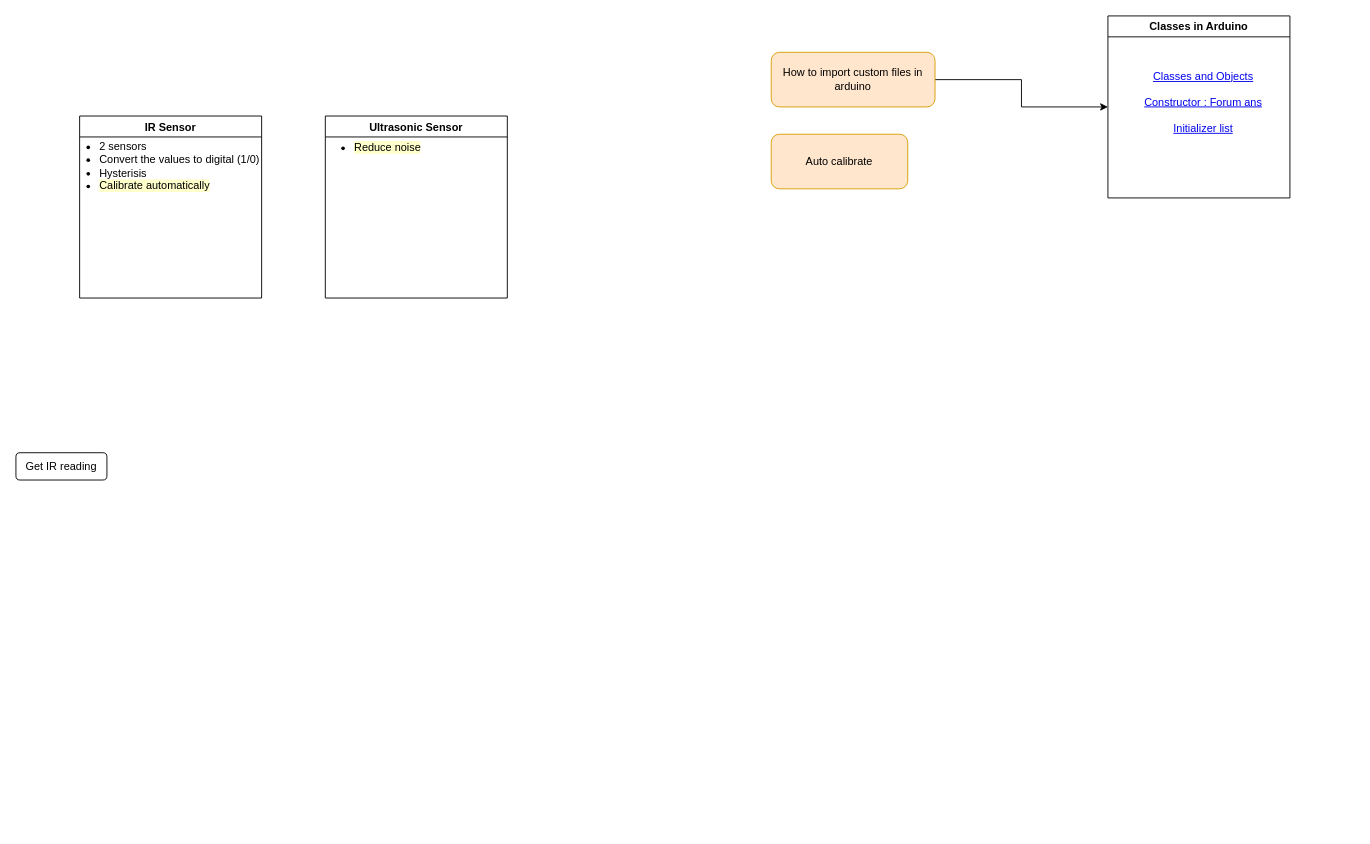
Before: Code/Code Flow.drawio in nivalf/Hubris_navigator_manipulator_robot, a draw.io diagram. Source tidied: cells renumbered, new cells numbered last; positions are measured from the earlier drawing's top-left corner, leaving out a move shared by most shapes. Both pictures are drawn from the tidied source at 91%, with x=0, y=0 at pixel (15, 15).
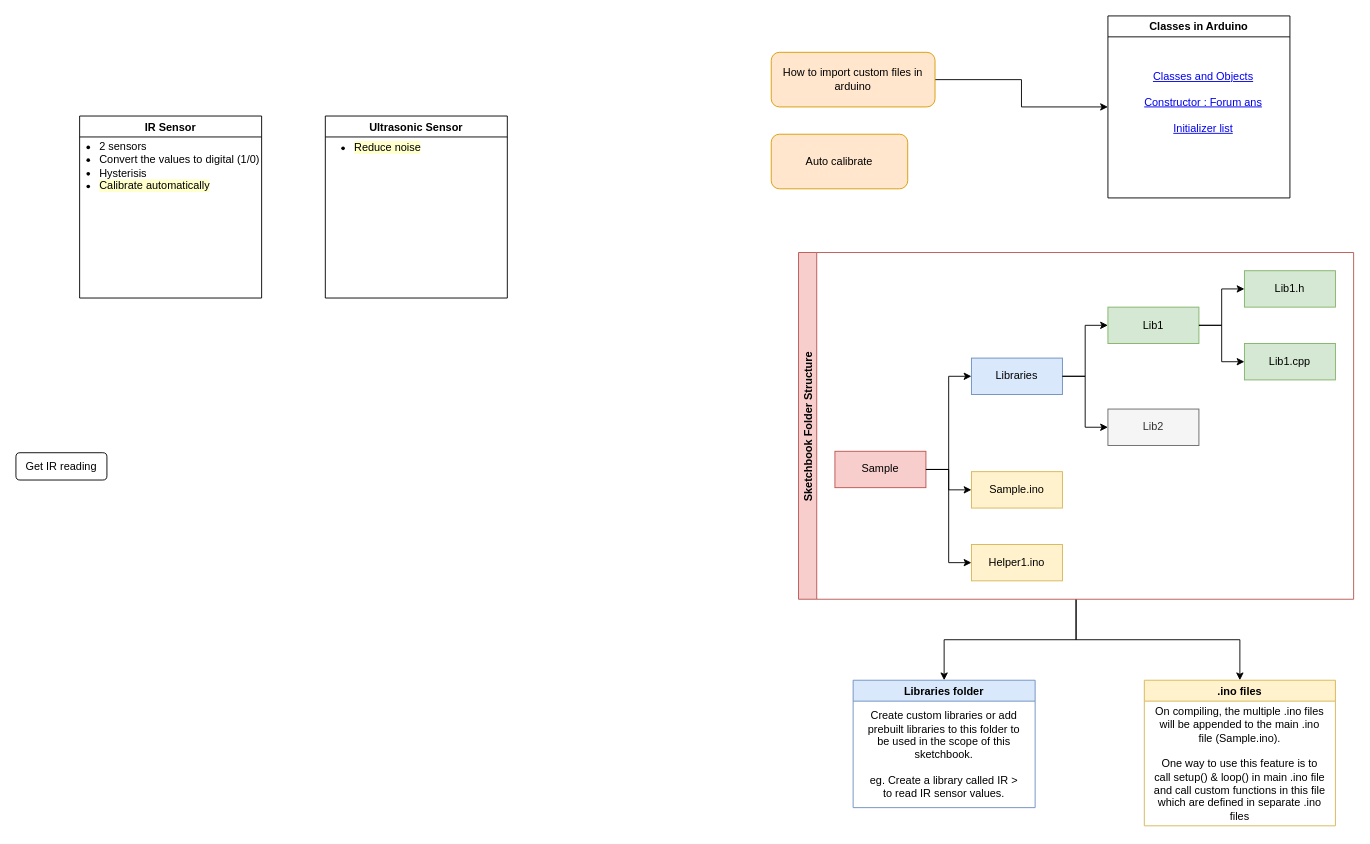
The same page after the edit.

What changed in the source:
```diff
@@
+    <mxCell id="12" style="edgeStyle=orthogonalEdgeStyle;rounded=0;jettySize=auto;html=1;entryX=0.5;entryY=0;entryDx=0;entryDy=0;" parent="1" edge="1" source="14" target="32">
+      <mxGeometry relative="1" as="geometry" />
+    </mxCell>
+    <mxCell id="13" style="edgeStyle=orthogonalEdgeStyle;rounded=0;jettySize=auto;html=1;entryX=0.5;entryY=0;entryDx=0;entryDy=0;" parent="1" edge="1" source="14" target="30">
+      <mxGeometry relative="1" as="geometry" />
+    </mxCell>
+    <mxCell id="14" value="Sketchbook Folder Structure" style="swimlane;startSize=20;horizontal=0;horizontalTree=1;containerType=tree;fillColor=#f8cecc;strokeColor=#b85450;" parent="1" vertex="1">
+      <mxGeometry x="860" y="260" width="610" height="381" as="geometry" />
+    </mxCell>
+    <mxCell id="15" value="Sample" style="whiteSpace=wrap;html=1;fillColor=#f8cecc;strokeColor=#b85450;" parent="14" vertex="1">
+      <mxGeometry x="40" y="218.4" width="100" height="40" as="geometry" />
+    </mxCell>
+    <mxCell id="16" value="Libraries" style="whiteSpace=wrap;html=1;fillColor=#dae8fc;strokeColor=#6c8ebf;" parent="14" vertex="1">
+      <mxGeometry x="190" y="116" width="100" height="40" as="geometry" />
+    </mxCell>
+    <mxCell id="17" style="edgeStyle=elbowEdgeStyle;elbow=horizontal;html=1;rounded=0;" parent="14" edge="1" source="15" target="16">
+      <mxGeometry relative="1" as="geometry" />
+    </mxCell>
+    <mxCell id="18" value="Sample.ino" style="whiteSpace=wrap;html=1;fillColor=#fff2cc;strokeColor=#d6b656;" parent="14" vertex="1">
+      <mxGeometry x="190" y="240.8" width="100" height="40" as="geometry" />
+    </mxCell>
+    <mxCell id="19" style="edgeStyle=elbowEdgeStyle;elbow=horizontal;html=1;rounded=0;" parent="14" edge="1" source="15" target="18">
+      <mxGeometry relative="1" as="geometry" />
+    </mxCell>
+    <mxCell id="20" style="edgeStyle=elbowEdgeStyle;elbow=horizontal;html=1;rounded=0;" parent="14" edge="1" source="15" target="21">
+      <mxGeometry relative="1" as="geometry" />
+    </mxCell>
+    <mxCell id="21" value="Helper1.ino" style="whiteSpace=wrap;html=1;fillColor=#fff2cc;strokeColor=#d6b656;" parent="14" vertex="1">
+      <mxGeometry x="190" y="320.8" width="100" height="40" as="geometry" />
+    </mxCell>
+    <mxCell id="22" style="edgeStyle=elbowEdgeStyle;elbow=horizontal;html=1;rounded=0;" parent="14" edge="1" source="16" target="23">
+      <mxGeometry relative="1" as="geometry" />
+    </mxCell>
+    <mxCell id="23" value="Lib1" style="whiteSpace=wrap;html=1;fillColor=#d5e8d4;strokeColor=#82b366;" parent="14" vertex="1">
+      <mxGeometry x="340" y="60" width="100" height="40" as="geometry" />
+    </mxCell>
+    <mxCell id="24" style="edgeStyle=elbowEdgeStyle;elbow=horizontal;html=1;rounded=0;" parent="14" edge="1" source="16" target="25">
+      <mxGeometry relative="1" as="geometry" />
+    </mxCell>
+    <mxCell id="25" value="Lib2" style="whiteSpace=wrap;html=1;fillColor=#f5f5f5;strokeColor=#666666;fontColor=#333333;" parent="14" vertex="1">
+      <mxGeometry x="340" y="172" width="100" height="40" as="geometry" />
+    </mxCell>
+    <mxCell id="26" style="edgeStyle=elbowEdgeStyle;elbow=horizontal;html=1;rounded=0;" parent="14" edge="1" source="23" target="27">
+      <mxGeometry relative="1" as="geometry" />
+    </mxCell>
+    <mxCell id="27" value="Lib1.h" style="whiteSpace=wrap;html=1;fillColor=#d5e8d4;strokeColor=#82b366;" parent="14" vertex="1">
+      <mxGeometry x="490" y="20" width="100" height="40" as="geometry" />
+    </mxCell>
+    <mxCell id="28" style="edgeStyle=elbowEdgeStyle;elbow=horizontal;html=1;rounded=0;" parent="14" edge="1" source="23" target="29">
+      <mxGeometry relative="1" as="geometry" />
+    </mxCell>
+    <mxCell id="29" value="Lib1.cpp" style="whiteSpace=wrap;html=1;fillColor=#d5e8d4;strokeColor=#82b366;" parent="14" vertex="1">
+      <mxGeometry x="490" y="100" width="100" height="40" as="geometry" />
+    </mxCell>
+    <mxCell id="30" value=".ino files" style="swimlane;fillColor=#fff2cc;strokeColor=#d6b656;" parent="1" vertex="1">
+      <mxGeometry x="1240" y="730" width="210" height="160" as="geometry" />
+    </mxCell>
+    <mxCell id="31" value="On compiling, the multiple .ino files will be appended to the main .ino file (Sample.ino).&lt;br&gt;&lt;br&gt;One way to use this feature is to call setup() &amp;amp; loop() in main .ino file and call custom functions in this file which are defined in separate .ino files" style="text;html=1;strokeColor=none;fillColor=none;align=center;verticalAlign=middle;whiteSpace=wrap;rounded=0;" parent="30" vertex="1">
+      <mxGeometry x="8" y="22" width="194" height="140" as="geometry" />
+    </mxCell>
+    <mxCell id="32" value="Libraries folder" style="swimlane;fillColor=#dae8fc;strokeColor=#6c8ebf;" parent="1" vertex="1">
+      <mxGeometry x="920" y="730" width="200" height="140" as="geometry" />
+    </mxCell>
+    <mxCell id="33" value="Create custom libraries or add prebuilt libraries to this folder to be used in the scope of this sketchbook.&lt;br&gt;&lt;br&gt;eg. Create a library called IR &amp;gt; to read IR sensor values." style="text;html=1;strokeColor=none;fillColor=none;align=center;verticalAlign=middle;whiteSpace=wrap;rounded=0;" parent="32" vertex="1">
+      <mxGeometry x="15" y="52" width="170" height="60" as="geometry" />
+    </mxCell>
```
